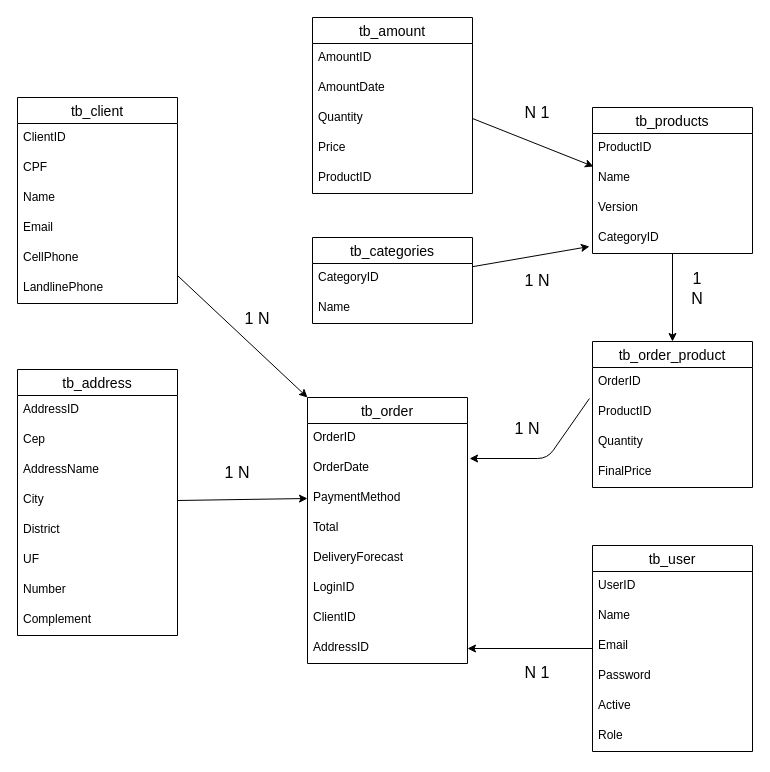
Before: Doc/DB/BD.Drawio in JoaopedroSassi/GoldCS-BackEnd, a draw.io diagram. Source tidied: cells renumbered, new cells numbered last; positions are measured from the earlier drawing's top-left corner, leaving out a move shared by most shapes. Both pictures are drawn from the tidied source at 100%, with x=0, y=0 at pixel (17, 17).
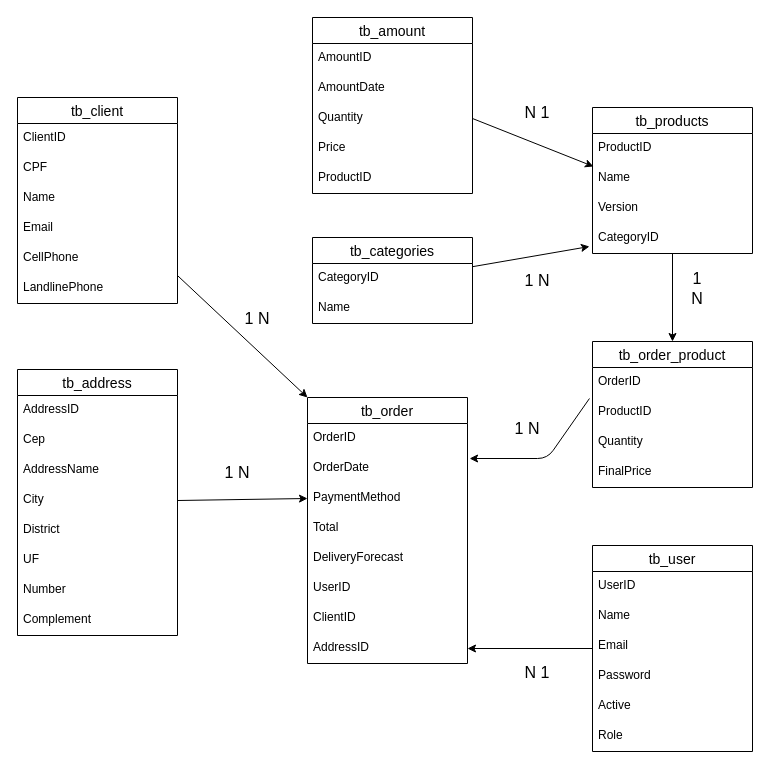
The same page after the edit.

Unchanged cells that the change refers to:
```xml
<mxCell id="2" value="tb_order" style="swimlane;fontStyle=0;horizontal=1;startSize=26;align=center;fontSize=14;" parent="1" vertex="1">
  <mxGeometry x="290" y="380" width="160" height="266" as="geometry" />
</mxCell>
```

Change to the diagram source:
```diff
@@
-    <mxCell id="8" value="LoginID" style="text;strokeColor=none;fillColor=none;spacingLeft=4;spacingRight=4;overflow=hidden;fontSize=12;" parent="2" vertex="1">
+    <mxCell id="8" value="UserID" style="text;strokeColor=none;fillColor=none;spacingLeft=4;spacingRight=4;overflow=hidden;fontSize=12;" parent="2" vertex="1">
       <mxGeometry y="176" width="160" height="30" as="geometry" />
     </mxCell>
```
